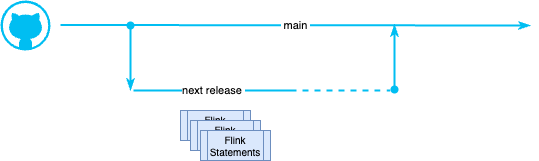
The draw.io diagram docs/images/bg_2_2_branch.drawio.png in jbcodeforce/shift_left_utils, before a commit. Source tidied: cells renumbered, new cells last; positions are measured from the earlier drawing's top-left corner, leaving out a move shared by most shapes.
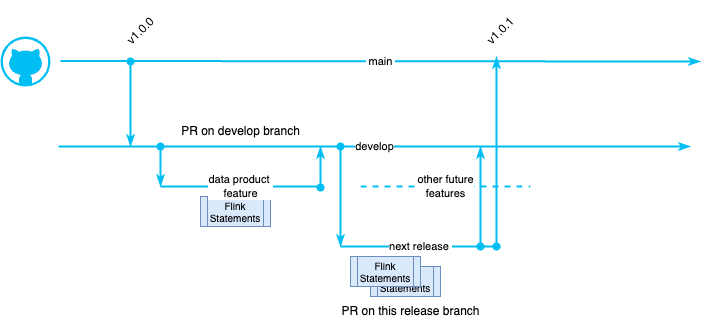
After the commit.

The edit, as a diff of the source:
```diff
@@ -5,7 +5,7 @@
     <mxCell id="2" value="&amp;nbsp;main&amp;nbsp;" style="endArrow=classicThin;html=1;strokeColor=#00BEF2;strokeWidth=2;endFill=1;" parent="1" edge="1">
       <mxGeometry relative="1" as="geometry">
         <mxPoint x="60" y="24.5" as="sourcePoint" />
-        <mxPoint x="530" y="25" as="targetPoint" />
+        <mxPoint x="700" y="25" as="targetPoint" />
       </mxGeometry>
     </mxCell>
     <mxCell id="3" style="verticalLabelPosition=bottom;html=1;verticalAlign=top;align=center;strokeColor=none;fillColor=#00BEF2;shape=mxgraph.azure.github_code;" parent="1" vertex="1">
@@ -13,36 +13,84 @@
     </mxCell>
     <mxCell id="4" value="next release&amp;nbsp;" style="endArrow=none;html=1;strokeColor=#00BEF2;strokeWidth=2;" parent="1" edge="1">
       <mxGeometry relative="1" as="geometry">
-        <mxPoint x="133" y="90" as="sourcePoint" />
-        <mxPoint x="293" y="90" as="targetPoint" />
+        <mxPoint x="340" y="210" as="sourcePoint" />
+        <mxPoint x="500" y="210" as="targetPoint" />
       </mxGeometry>
     </mxCell>
     <mxCell id="5" style="endArrow=classicThin;html=1;strokeColor=#00BEF2;strokeWidth=2;startArrow=oval;startFill=1;endFill=1;" parent="1" edge="1">
       <mxGeometry relative="1" as="geometry">
         <mxPoint x="130" y="25" as="sourcePoint" />
-        <mxPoint x="130" y="90" as="targetPoint" />
+        <mxPoint x="130" y="110" as="targetPoint" />
       </mxGeometry>
     </mxCell>
     <mxCell id="6" value="Flink Statements" style="shape=process;whiteSpace=wrap;html=1;backgroundOutline=1;fillColor=#dae8fc;strokeColor=#6c8ebf;fontSize=10;" parent="1" vertex="1">
-      <mxGeometry x="180" y="110" width="70" height="30" as="geometry" />
+      <mxGeometry x="370" y="230" width="70" height="30" as="geometry" />
     </mxCell>
     <mxCell id="7" value="Flink Statements" style="shape=process;whiteSpace=wrap;html=1;backgroundOutline=1;fillColor=#dae8fc;strokeColor=#6c8ebf;fontSize=10;" parent="1" vertex="1">
-      <mxGeometry x="190" y="120" width="70" height="30" as="geometry" />
+      <mxGeometry x="350" y="220" width="70" height="30" as="geometry" />
     </mxCell>
     <mxCell id="8" value="Flink Statements" style="shape=process;whiteSpace=wrap;html=1;backgroundOutline=1;fillColor=#dae8fc;strokeColor=#6c8ebf;fontSize=10;" parent="1" vertex="1">
-      <mxGeometry x="200" y="130" width="70" height="30" as="geometry" />
+      <mxGeometry x="200" y="160" width="70" height="30" as="geometry" />
     </mxCell>
-    <mxCell id="9" style="endArrow=none;html=1;strokeColor=#00BEF2;strokeWidth=2;dashed=1;" parent="1" edge="1">
-      <mxGeometry relative="1" as="geometry">
-        <mxPoint x="290" y="90" as="sourcePoint" />
-        <mxPoint x="390" y="90" as="targetPoint" />
-      </mxGeometry>
-    </mxCell>
     <mxCell id="10" style="endArrow=oval;html=1;strokeColor=#00BEF2;strokeWidth=2;startArrow=classicThin;startFill=1;endFill=1;" parent="1" edge="1">
       <mxGeometry relative="1" as="geometry">
-        <mxPoint x="394" y="24" as="sourcePoint" />
-        <mxPoint x="394" y="89" as="targetPoint" />
+        <mxPoint x="480" y="110" as="sourcePoint" />
+        <mxPoint x="480" y="210" as="targetPoint" />
       </mxGeometry>
     </mxCell>
+    <mxCell id="11" value="develop" style="endArrow=classicThin;html=1;strokeColor=#00BEF2;strokeWidth=2;endFill=1;" parent="1" edge="1">
+      <mxGeometry relative="1" as="geometry">
+        <mxPoint x="58" y="110" as="sourcePoint" />
+        <mxPoint x="690" y="110" as="targetPoint" />
+      </mxGeometry>
+    </mxCell>
+    <mxCell id="12" value="v1.0.0" style="text;html=1;align=center;verticalAlign=middle;strokeColor=none;fillColor=none;rotation=315;" parent="1" vertex="1">
+      <mxGeometry x="110" y="-20" width="60" height="30" as="geometry" />
+    </mxCell>
+    <mxCell id="13" value="data product&amp;nbsp;&lt;div&gt;feature&lt;/div&gt;" style="endArrow=none;html=1;strokeColor=#00BEF2;strokeWidth=2;" parent="1" edge="1">
+      <mxGeometry relative="1" as="geometry">
+        <mxPoint x="160" y="150" as="sourcePoint" />
+        <mxPoint x="320" y="150" as="targetPoint" />
+      </mxGeometry>
+    </mxCell>
+    <mxCell id="14" style="endArrow=classicThin;html=1;strokeColor=#00BEF2;strokeWidth=2;startArrow=oval;startFill=1;endFill=1;" parent="1" edge="1">
+      <mxGeometry relative="1" as="geometry">
+        <mxPoint x="160" y="110" as="sourcePoint" />
+        <mxPoint x="160" y="150" as="targetPoint" />
+      </mxGeometry>
+    </mxCell>
+    <mxCell id="15" style="endArrow=oval;html=1;strokeColor=#00BEF2;strokeWidth=2;startArrow=classicThin;startFill=1;endFill=1;" parent="1" edge="1">
+      <mxGeometry relative="1" as="geometry">
+        <mxPoint x="320" y="110" as="sourcePoint" />
+        <mxPoint x="320" y="151" as="targetPoint" />
+      </mxGeometry>
+    </mxCell>
+    <mxCell id="16" style="endArrow=classicThin;html=1;strokeColor=#00BEF2;strokeWidth=2;startArrow=oval;startFill=1;endFill=1;" parent="1" edge="1">
+      <mxGeometry relative="1" as="geometry">
+        <mxPoint x="340" y="110" as="sourcePoint" />
+        <mxPoint x="340" y="210" as="targetPoint" />
+      </mxGeometry>
+    </mxCell>
+    <mxCell id="17" value="PR on this release branch" style="text;html=1;align=center;verticalAlign=middle;strokeColor=none;fillColor=none;" parent="1" vertex="1">
+      <mxGeometry x="330" y="260" width="160" height="30" as="geometry" />
+    </mxCell>
+    <mxCell id="18" value="PR on develop branch" style="text;html=1;align=center;verticalAlign=middle;strokeColor=none;fillColor=none;" parent="1" vertex="1">
+      <mxGeometry x="170" y="80" width="140" height="30" as="geometry" />
+    </mxCell>
+    <mxCell id="19" style="endArrow=oval;html=1;strokeColor=#00BEF2;strokeWidth=2;startArrow=classicThin;startFill=1;endFill=1;" parent="1" edge="1">
+      <mxGeometry relative="1" as="geometry">
+        <mxPoint x="496" y="20" as="sourcePoint" />
+        <mxPoint x="496" y="210" as="targetPoint" />
+      </mxGeometry>
+    </mxCell>
+    <mxCell id="20" value="v1.0.1" style="text;html=1;align=center;verticalAlign=middle;strokeColor=none;fillColor=none;rotation=315;" parent="1" vertex="1">
+      <mxGeometry x="470" y="-20" width="60" height="30" as="geometry" />
+    </mxCell>
+    <mxCell id="21" value="other future&lt;div&gt;features&lt;/div&gt;" style="endArrow=none;html=1;strokeColor=#00BEF2;strokeWidth=2;dashed=1;" parent="1" edge="1">
+      <mxGeometry relative="1" as="geometry">
+        <mxPoint x="360" y="150" as="sourcePoint" />
+        <mxPoint x="530" y="150" as="targetPoint" />
+      </mxGeometry>
+    </mxCell>
   </root>
 </mxGraphModel>
```
